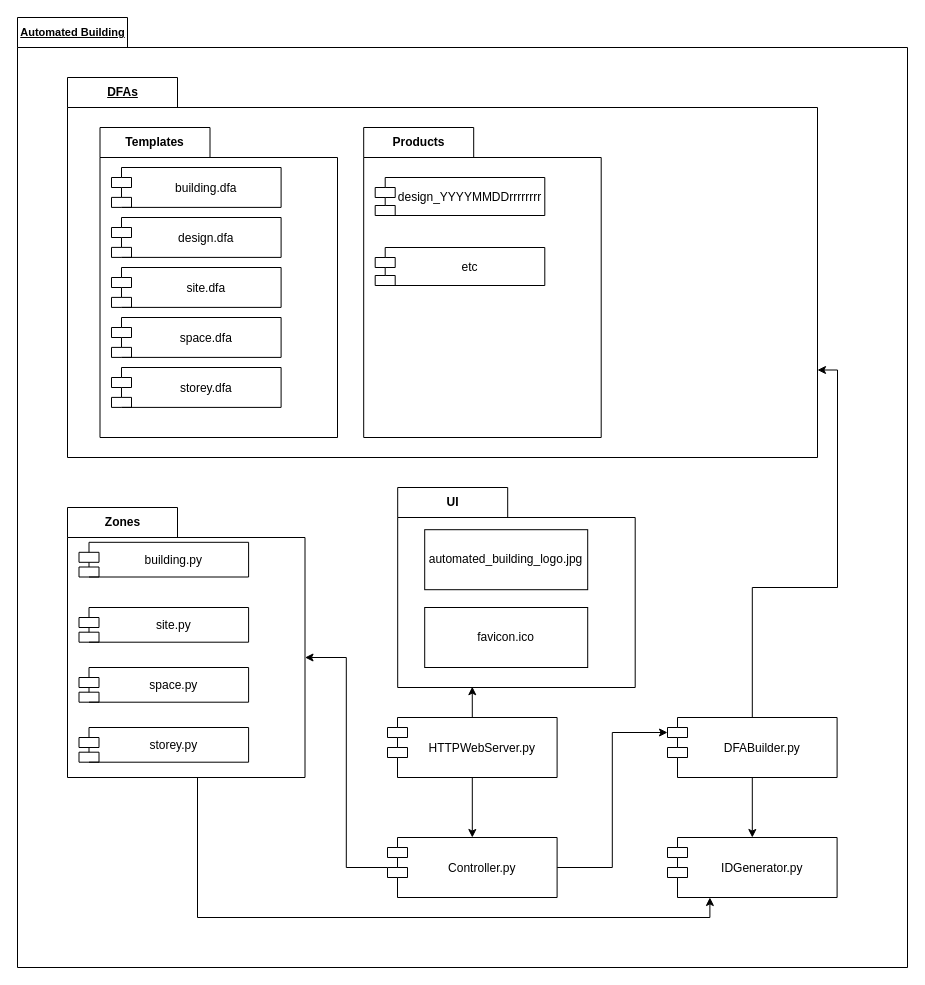
Above: page "Package" (8 of 9) of Diagrams/Diagrams.drawio in Hallvaeb/automation-p2-construction-knowledge-base (draw.io), before the change. Source tidied: cells renumbered, new cells numbered last; positions are measured from the earlier drawing's top-left corner, leaving out a move shared by most shapes. Both pictures are drawn from the tidied source at 100%, with x=0, y=0 at pixel (17, 17).
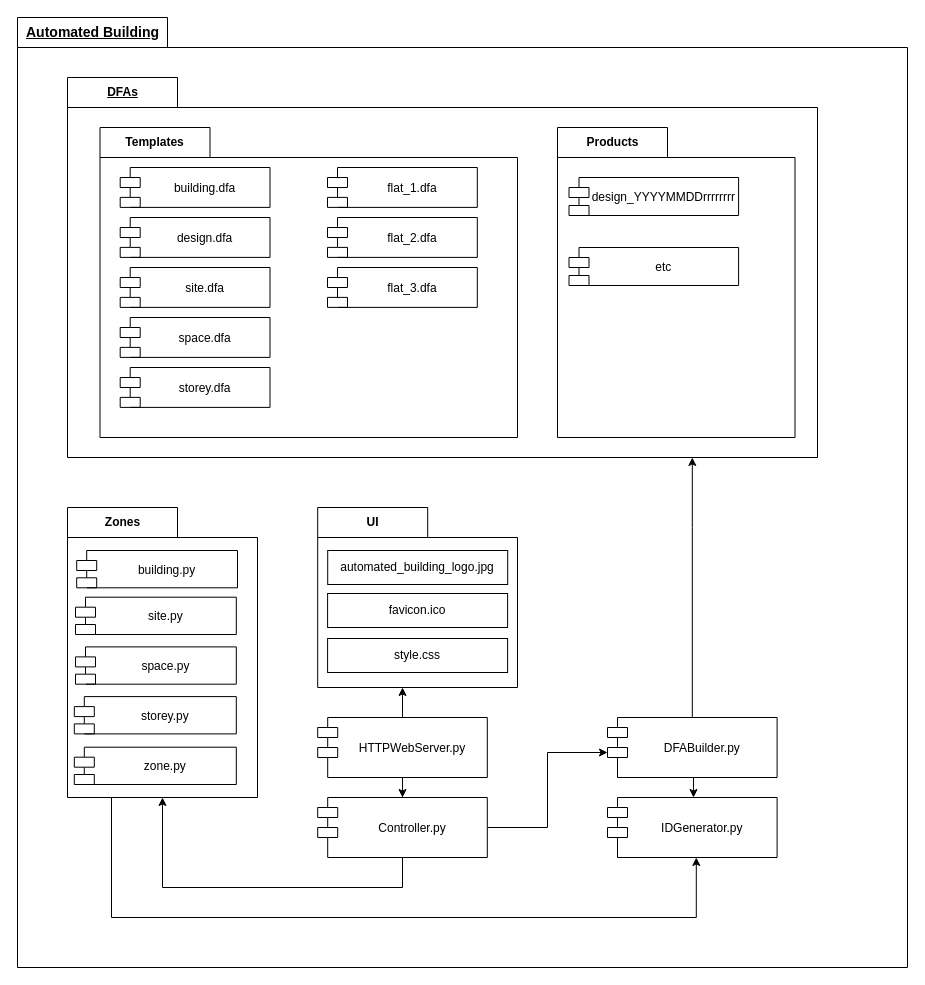
The same page after the edit.

Unchanged cells that the change refers to:
```xml
<mxCell id="12" value="DFAs" style="shape=folder;fontStyle=5;tabWidth=110;tabHeight=30;tabPosition=left;html=1;boundedLbl=1;labelInHeader=1;" parent="1" vertex="1">
  <mxGeometry x="50" y="60" width="750" height="380" as="geometry" />
</mxCell>
```

Diff of the diagram source:
```diff
@@
-    <mxCell id="2" value="&lt;font style=&quot;font-size: 11px&quot;&gt;Automated Building&lt;/font&gt;" style="shape=folder;fontStyle=5;tabWidth=110;tabHeight=30;tabPosition=left;html=1;boundedLbl=1;labelInHeader=1;" parent="1" vertex="1">
+    <mxCell id="2" value="&lt;font style=&quot;font-size: 14px&quot;&gt;Automated Building&lt;/font&gt;" style="shape=folder;fontStyle=5;tabWidth=150;tabHeight=30;tabPosition=left;html=1;boundedLbl=1;labelInHeader=1;" parent="1" vertex="1">
       <mxGeometry width="890" height="950" as="geometry" />
     </mxCell>
-    <mxCell id="3" style="edgeStyle=orthogonalEdgeStyle;rounded=0;jettySize=auto;html=1;entryX=0.25;entryY=1;entryDx=0;entryDy=0;" parent="1" edge="1" source="4" target="28">
+    <mxCell id="3" style="edgeStyle=orthogonalEdgeStyle;rounded=0;orthogonalLoop=1;jettySize=auto;html=1;entryX=0.5;entryY=1;entryDx=0;entryDy=0;" parent="1" edge="1">
       <mxGeometry relative="1" as="geometry">
+        <mxPoint x="94" y="780" as="sourcePoint" />
+        <mxPoint x="678.8" y="840" as="targetPoint" />
         <Array as="points">
-          <mxPoint x="180" y="900" />
-          <mxPoint x="692" y="900" />
+          <mxPoint x="94" y="900" />
+          <mxPoint x="679" y="900" />
         </Array>
       </mxGeometry>
     </mxCell>
     <mxCell id="4" value="Zones" style="shape=folder;fontStyle=1;tabWidth=110;tabHeight=30;tabPosition=left;html=1;boundedLbl=1;labelInHeader=1;" parent="1" vertex="1">
-      <mxGeometry x="50" y="490" width="237.5" height="270" as="geometry" />
+      <mxGeometry x="50" y="490" width="190" height="290" as="geometry" />
     </mxCell>
     <mxCell id="5" value="space.py" style="shape=module;align=center;spacingLeft=20;align=center;verticalAlign=middle;" parent="4" vertex="1">
-      <mxGeometry x="11.5" y="160" width="169.6" height="34.7" as="geometry" />
+      <mxGeometry x="8" y="139.4" width="160.8" height="37.3" as="geometry" />
     </mxCell>
     <mxCell id="6" value="building.py" style="shape=module;align=center;spacingLeft=20;align=center;verticalAlign=middle;" parent="4" vertex="1">
-      <mxGeometry x="11.5" y="34.8" width="169.6" height="34.7" as="geometry" />
+      <mxGeometry x="9.2" y="43" width="160.8" height="37.3" as="geometry" />
     </mxCell>
     <mxCell id="7" value="site.py" style="shape=module;align=center;spacingLeft=20;align=center;verticalAlign=middle;" parent="4" vertex="1">
-      <mxGeometry x="11.5" y="100" width="169.6" height="34.7" as="geometry" />
+      <mxGeometry x="8" y="89.7" width="160.8" height="37.3" as="geometry" />
     </mxCell>
     <mxCell id="8" value="storey.py" style="shape=module;align=center;spacingLeft=20;align=center;verticalAlign=middle;" parent="4" vertex="1">
-      <mxGeometry x="11.5" y="220" width="169.6" height="34.7" as="geometry" />
+      <mxGeometry x="6.8" y="189.1" width="162" height="37.3" as="geometry" />
     </mxCell>
+    <mxCell id="32" value="zone.py" style="shape=module;align=center;spacingLeft=20;align=center;verticalAlign=middle;" parent="4" vertex="1">
+      <mxGeometry x="6.8" y="239.7" width="162" height="37.3" as="geometry" />
+    </mxCell>
     <mxCell id="9" value="UI" style="shape=folder;fontStyle=1;tabWidth=110;tabHeight=30;tabPosition=left;html=1;boundedLbl=1;labelInHeader=1;" parent="1" vertex="1">
-      <mxGeometry x="380.2" y="470" width="237.5" height="200" as="geometry" />
+      <mxGeometry x="300.2" y="490" width="199.8" height="180" as="geometry" />
     </mxCell>
     <mxCell id="10" value="&lt;font style=&quot;font-size: 12px&quot;&gt;automated_building_logo.jpg&lt;/font&gt;" style="rounded=0;whiteSpace=wrap;html=1;fontSize=11;" parent="9" vertex="1">
-      <mxGeometry x="27" y="42.2" width="163" height="60" as="geometry" />
+      <mxGeometry x="10" y="43" width="180" height="34" as="geometry" />
     </mxCell>
+    <mxCell id="33" value="&lt;font style=&quot;font-size: 12px&quot;&gt;style.css&lt;/font&gt;" style="rounded=0;whiteSpace=wrap;html=1;fontSize=11;" parent="9" vertex="1">
+      <mxGeometry x="9.9" y="131" width="180" height="34" as="geometry" />
+    </mxCell>
-    <mxCell id="11" value="&lt;font style=&quot;font-size: 12px&quot;&gt;favicon.ico&lt;/font&gt;" style="rounded=0;whiteSpace=wrap;html=1;fontSize=11;" parent="9" vertex="1">
-      <mxGeometry x="27" y="120" width="163" height="60" as="geometry" />
+    <mxCell id="11" value="&lt;span style=&quot;font-size: 12px&quot;&gt;favicon.ico&lt;/span&gt;" style="rounded=0;whiteSpace=wrap;html=1;fontSize=11;" parent="9" vertex="1">
+      <mxGeometry x="9.9" y="86" width="180" height="34" as="geometry" />
     </mxCell>
@@
     <mxCell id="13" value="Templates" style="shape=folder;fontStyle=1;tabWidth=110;tabHeight=30;tabPosition=left;html=1;boundedLbl=1;labelInHeader=1;" parent="1" vertex="1">
-      <mxGeometry x="82.5" y="110" width="237.5" height="310" as="geometry" />
+      <mxGeometry x="82.5" y="110" width="417.5" height="310" as="geometry" />
     </mxCell>
     <mxCell id="14" value="space.dfa" style="shape=module;align=center;spacingLeft=20;align=center;verticalAlign=middle;" parent="13" vertex="1">
-      <mxGeometry x="11.5" y="190" width="169.6" height="39.9" as="geometry" />
+      <mxGeometry x="20.2" y="190" width="149.8" height="39.9" as="geometry" />
     </mxCell>
     <mxCell id="15" value="building.dfa" style="shape=module;align=center;spacingLeft=20;align=center;verticalAlign=middle;" parent="13" vertex="1">
-      <mxGeometry x="11.5" y="40" width="169.6" height="39.9" as="geometry" />
+      <mxGeometry x="20.2" y="40" width="149.8" height="39.9" as="geometry" />
     </mxCell>
     <mxCell id="16" value="design.dfa" style="shape=module;align=center;spacingLeft=20;align=center;verticalAlign=middle;" parent="13" vertex="1">
-      <mxGeometry x="11.5" y="90" width="169.6" height="39.9" as="geometry" />
+      <mxGeometry x="20.2" y="90" width="149.8" height="39.9" as="geometry" />
     </mxCell>
     <mxCell id="17" value="site.dfa" style="shape=module;align=center;spacingLeft=20;align=center;verticalAlign=middle;" parent="13" vertex="1">
-      <mxGeometry x="11.5" y="140" width="169.6" height="39.9" as="geometry" />
+      <mxGeometry x="20.2" y="140" width="149.8" height="39.9" as="geometry" />
     </mxCell>
     <mxCell id="18" value="storey.dfa" style="shape=module;align=center;spacingLeft=20;align=center;verticalAlign=middle;" parent="13" vertex="1">
-      <mxGeometry x="11.5" y="240" width="169.6" height="39.9" as="geometry" />
+      <mxGeometry x="20.2" y="240" width="149.8" height="39.9" as="geometry" />
     </mxCell>
+    <mxCell id="34" value="flat_1.dfa" style="shape=module;align=center;spacingLeft=20;align=center;verticalAlign=middle;" parent="13" vertex="1">
+      <mxGeometry x="227.5" y="40" width="149.8" height="39.9" as="geometry" />
+    </mxCell>
+    <mxCell id="35" value="flat_2.dfa" style="shape=module;align=center;spacingLeft=20;align=center;verticalAlign=middle;" parent="13" vertex="1">
+      <mxGeometry x="227.5" y="90" width="149.8" height="39.9" as="geometry" />
+    </mxCell>
+    <mxCell id="36" value="flat_3.dfa" style="shape=module;align=center;spacingLeft=20;align=center;verticalAlign=middle;" parent="13" vertex="1">
+      <mxGeometry x="227.5" y="140" width="149.8" height="39.9" as="geometry" />
+    </mxCell>
     <mxCell id="19" value="Products" style="shape=folder;fontStyle=1;tabWidth=110;tabHeight=30;tabPosition=left;html=1;boundedLbl=1;labelInHeader=1;" parent="1" vertex="1">
-      <mxGeometry x="346.2" y="110" width="237.5" height="310" as="geometry" />
+      <mxGeometry x="540" y="110" width="237.5" height="310" as="geometry" />
     </mxCell>
@@
-    <mxCell id="22" style="edgeStyle=orthogonalEdgeStyle;rounded=0;jettySize=auto;html=1;exitX=1;exitY=0.5;exitDx=0;exitDy=0;entryX=0;entryY=0;entryDx=0;entryDy=15;entryPerimeter=0;" parent="1" edge="1" source="24" target="31">
-      <mxGeometry relative="1" as="geometry" />
+    <mxCell id="22" style="edgeStyle=orthogonalEdgeStyle;rounded=0;jettySize=auto;html=1;exitX=1;exitY=0.5;exitDx=0;exitDy=0;entryX=0;entryY=0;entryDx=0;entryDy=35;entryPerimeter=0;" parent="1" edge="1" source="24" target="31">
+      <mxGeometry relative="1" as="geometry">
+        <Array as="points">
+          <mxPoint x="530" y="810" />
+          <mxPoint x="530" y="735" />
+        </Array>
+      </mxGeometry>
     </mxCell>
-    <mxCell id="23" style="edgeStyle=orthogonalEdgeStyle;rounded=0;jettySize=auto;html=1;entryX=0;entryY=0;entryDx=237.50000000000003;entryDy=150;entryPerimeter=0;" parent="1" edge="1" source="24" target="4">
-      <mxGeometry relative="1" as="geometry" />
+    <mxCell id="23" style="edgeStyle=orthogonalEdgeStyle;rounded=0;jettySize=auto;html=1;" parent="1" edge="1" source="24" target="4">
+      <mxGeometry relative="1" as="geometry">
+        <Array as="points">
+          <mxPoint x="385" y="870" />
+          <mxPoint x="145" y="870" />
+        </Array>
+      </mxGeometry>
     </mxCell>
     <mxCell id="24" value="Controller.py" style="shape=module;align=center;spacingLeft=20;align=center;verticalAlign=middle;" parent="1" vertex="1">
-      <mxGeometry x="370" y="820" width="169.6" height="60" as="geometry" />
+      <mxGeometry x="300.2" y="780" width="169.6" height="60" as="geometry" />
     </mxCell>
@@
-    <mxCell id="26" style="edgeStyle=orthogonalEdgeStyle;rounded=0;jettySize=auto;html=1;exitX=0.5;exitY=0;exitDx=0;exitDy=0;entryX=0.314;entryY=0.996;entryDx=0;entryDy=0;entryPerimeter=0;" parent="1" edge="1" source="27" target="9">
-      <mxGeometry relative="1" as="geometry" />
-    </mxCell>
     <mxCell id="27" value="HTTPWebServer.py" style="shape=module;align=center;spacingLeft=20;align=center;verticalAlign=middle;" parent="1" vertex="1">
-      <mxGeometry x="370" y="700" width="169.6" height="60" as="geometry" />
+      <mxGeometry x="300.2" y="700" width="169.6" height="60" as="geometry" />
     </mxCell>
     <mxCell id="28" value="IDGenerator.py" style="shape=module;align=center;spacingLeft=20;align=center;verticalAlign=middle;" parent="1" vertex="1">
-      <mxGeometry x="650" y="820" width="169.6" height="60" as="geometry" />
+      <mxGeometry x="590" y="780" width="169.6" height="60" as="geometry" />
     </mxCell>
-    <mxCell id="29" style="edgeStyle=orthogonalEdgeStyle;rounded=0;jettySize=auto;html=1;entryX=0;entryY=0;entryDx=750;entryDy=292.5;entryPerimeter=0;" parent="1" edge="1" source="31" target="12">
-      <mxGeometry relative="1" as="geometry" />
+    <mxCell id="29" style="edgeStyle=orthogonalEdgeStyle;rounded=0;jettySize=auto;html=1;" parent="1" edge="1" source="31" target="12">
+      <mxGeometry relative="1" as="geometry">
+        <Array as="points">
+          <mxPoint x="675" y="510" />
+          <mxPoint x="675" y="510" />
+        </Array>
+      </mxGeometry>
     </mxCell>
-    <mxCell id="30" style="edgeStyle=orthogonalEdgeStyle;rounded=0;jettySize=auto;html=1;entryX=0.5;entryY=0;entryDx=0;entryDy=0;" parent="1" edge="1" source="31" target="28">
-      <mxGeometry relative="1" as="geometry" />
-    </mxCell>
     <mxCell id="31" value="DFABuilder.py" style="shape=module;align=center;spacingLeft=20;align=center;verticalAlign=middle;" parent="1" vertex="1">
-      <mxGeometry x="650" y="700" width="169.6" height="60" as="geometry" />
+      <mxGeometry x="590" y="700" width="169.6" height="60" as="geometry" />
     </mxCell>
+    <mxCell id="37" style="edgeStyle=orthogonalEdgeStyle;rounded=0;orthogonalLoop=1;jettySize=auto;html=1;" parent="1" edge="1">
+      <mxGeometry relative="1" as="geometry">
+        <mxPoint x="385" y="700" as="sourcePoint" />
+        <mxPoint x="385" y="670" as="targetPoint" />
+        <Array as="points">
+          <mxPoint x="385" y="670" />
+        </Array>
+      </mxGeometry>
+    </mxCell>
+    <mxCell id="38" style="edgeStyle=orthogonalEdgeStyle;rounded=0;orthogonalLoop=1;jettySize=auto;html=1;" parent="1" edge="1">
+      <mxGeometry relative="1" as="geometry">
+        <mxPoint x="676" y="760" as="sourcePoint" />
+        <mxPoint x="676" y="780" as="targetPoint" />
+      </mxGeometry>
+    </mxCell>
```
